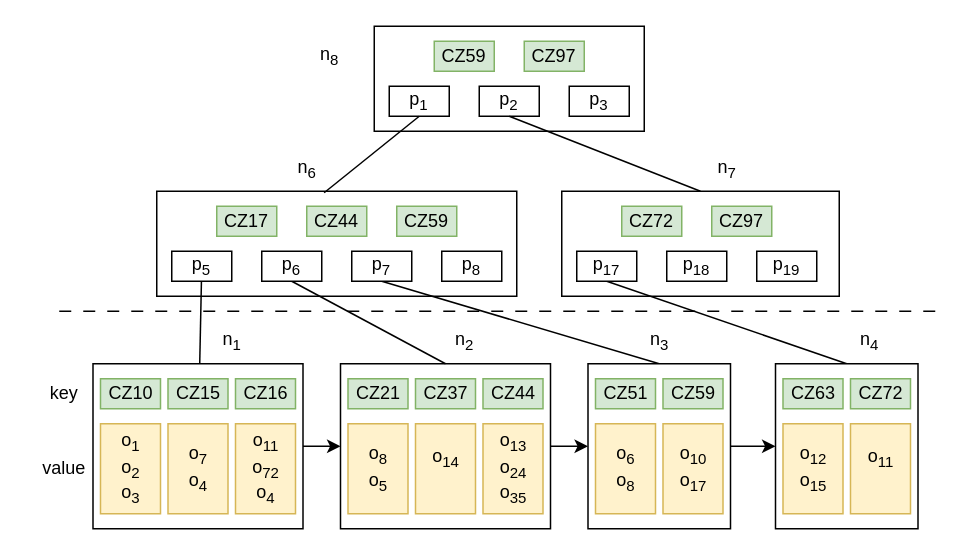
Above: page "3.6" (8 of 24) of 未命名绘图.drawio in jue73/7339 (draw.io), before the change. Source tidied: cells renumbered, new cells numbered last; positions are measured from the earlier drawing's top-left corner, leaving out a move shared by most shapes. Both pictures are drawn from the tidied source at 150%, with x=0, y=0 at pixel (26, 26).
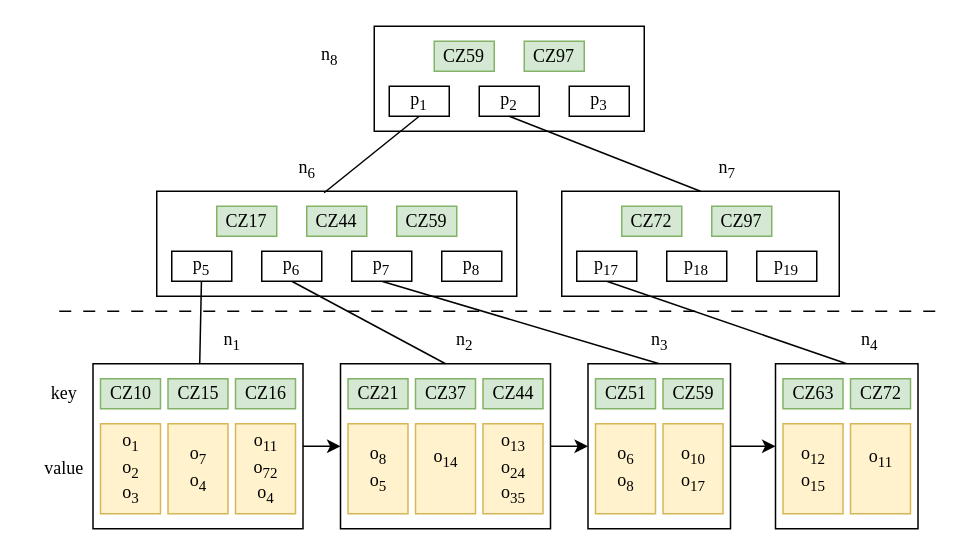
After the change.

The edit, as a diff of the source:
```diff
@@
-    <mxCell id="7" value="CZ59" style="rounded=0;whiteSpace=wrap;html=1;fillColor=#d5e8d4;strokeColor=#82b366;" parent="1" vertex="1">
+    <mxCell id="7" value="&lt;font face=&quot;Times New Roman&quot;&gt;CZ59&lt;/font&gt;" style="rounded=0;whiteSpace=wrap;html=1;fillColor=#d5e8d4;strokeColor=#82b366;" parent="1" vertex="1">
       <mxGeometry x="272" y="10" width="40" height="20" as="geometry" />
     </mxCell>
-    <mxCell id="8" value="CZ97" style="rounded=0;whiteSpace=wrap;html=1;fillColor=#d5e8d4;strokeColor=#82b366;" parent="1" vertex="1">
+    <mxCell id="8" value="&lt;font face=&quot;Times New Roman&quot;&gt;CZ97&lt;/font&gt;" style="rounded=0;whiteSpace=wrap;html=1;fillColor=#d5e8d4;strokeColor=#82b366;" parent="1" vertex="1">
       <mxGeometry x="332" y="10" width="40" height="20" as="geometry" />
     </mxCell>
-    <mxCell id="9" value="p&lt;sub&gt;1&lt;/sub&gt;" style="rounded=0;whiteSpace=wrap;html=1;" parent="1" vertex="1">
+    <mxCell id="9" value="&lt;font face=&quot;Times New Roman&quot;&gt;p&lt;sub&gt;1&lt;/sub&gt;&lt;/font&gt;" style="rounded=0;whiteSpace=wrap;html=1;" parent="1" vertex="1">
       <mxGeometry x="242" y="40" width="40" height="20" as="geometry" />
     </mxCell>
-    <mxCell id="10" value="p&lt;sub&gt;2&lt;/sub&gt;" style="rounded=0;whiteSpace=wrap;html=1;" parent="1" vertex="1">
+    <mxCell id="10" value="&lt;font face=&quot;Times New Roman&quot;&gt;p&lt;sub&gt;2&lt;/sub&gt;&lt;/font&gt;" style="rounded=0;whiteSpace=wrap;html=1;" parent="1" vertex="1">
       <mxGeometry x="302" y="40" width="40" height="20" as="geometry" />
     </mxCell>
-    <mxCell id="11" value="p&lt;sub&gt;3&lt;/sub&gt;" style="rounded=0;whiteSpace=wrap;html=1;" parent="1" vertex="1">
+    <mxCell id="11" value="&lt;font face=&quot;Times New Roman&quot;&gt;p&lt;sub&gt;3&lt;/sub&gt;&lt;/font&gt;" style="rounded=0;whiteSpace=wrap;html=1;" parent="1" vertex="1">
       <mxGeometry x="362" y="40" width="40" height="20" as="geometry" />
     </mxCell>
-    <mxCell id="12" value="CZ17" style="rounded=0;whiteSpace=wrap;html=1;fillColor=#d5e8d4;strokeColor=#82b366;" parent="1" vertex="1">
+    <mxCell id="12" value="&lt;font face=&quot;Times New Roman&quot;&gt;CZ17&lt;/font&gt;" style="rounded=0;whiteSpace=wrap;html=1;fillColor=#d5e8d4;strokeColor=#82b366;" parent="1" vertex="1">
       <mxGeometry x="127" y="120" width="40" height="20" as="geometry" />
     </mxCell>
-    <mxCell id="13" value="CZ44" style="rounded=0;whiteSpace=wrap;html=1;fillColor=#d5e8d4;strokeColor=#82b366;" parent="1" vertex="1">
+    <mxCell id="13" value="&lt;font face=&quot;Times New Roman&quot;&gt;CZ44&lt;/font&gt;" style="rounded=0;whiteSpace=wrap;html=1;fillColor=#d5e8d4;strokeColor=#82b366;" parent="1" vertex="1">
       <mxGeometry x="187" y="120" width="40" height="20" as="geometry" />
     </mxCell>
-    <mxCell id="14" value="CZ59" style="rounded=0;whiteSpace=wrap;html=1;fillColor=#d5e8d4;strokeColor=#82b366;" parent="1" vertex="1">
+    <mxCell id="14" value="&lt;font face=&quot;Times New Roman&quot;&gt;CZ59&lt;/font&gt;" style="rounded=0;whiteSpace=wrap;html=1;fillColor=#d5e8d4;strokeColor=#82b366;" parent="1" vertex="1">
       <mxGeometry x="247" y="120" width="40" height="20" as="geometry" />
     </mxCell>
@@
-    <mxCell id="16" value="p&lt;sub&gt;5&lt;/sub&gt;" style="rounded=0;whiteSpace=wrap;html=1;" parent="1" vertex="1">
+    <mxCell id="16" value="&lt;font face=&quot;Times New Roman&quot;&gt;p&lt;sub&gt;5&lt;/sub&gt;&lt;/font&gt;" style="rounded=0;whiteSpace=wrap;html=1;" parent="1" vertex="1">
       <mxGeometry x="97" y="150" width="40" height="20" as="geometry" />
     </mxCell>
@@
-    <mxCell id="18" value="p&lt;sub&gt;6&lt;/sub&gt;" style="rounded=0;whiteSpace=wrap;html=1;" parent="1" vertex="1">
+    <mxCell id="18" value="&lt;font face=&quot;Times New Roman&quot;&gt;p&lt;sub&gt;6&lt;/sub&gt;&lt;/font&gt;" style="rounded=0;whiteSpace=wrap;html=1;" parent="1" vertex="1">
       <mxGeometry x="157" y="150" width="40" height="20" as="geometry" />
     </mxCell>
@@
-    <mxCell id="20" value="p&lt;sub&gt;7&lt;/sub&gt;" style="rounded=0;whiteSpace=wrap;html=1;" parent="1" vertex="1">
+    <mxCell id="20" value="&lt;font face=&quot;Times New Roman&quot;&gt;p&lt;sub&gt;7&lt;/sub&gt;&lt;/font&gt;" style="rounded=0;whiteSpace=wrap;html=1;" parent="1" vertex="1">
       <mxGeometry x="217" y="150" width="40" height="20" as="geometry" />
     </mxCell>
-    <mxCell id="21" value="p&lt;sub&gt;8&lt;/sub&gt;" style="rounded=0;whiteSpace=wrap;html=1;" parent="1" vertex="1">
+    <mxCell id="21" value="&lt;font face=&quot;Times New Roman&quot;&gt;p&lt;sub&gt;8&lt;/sub&gt;&lt;/font&gt;" style="rounded=0;whiteSpace=wrap;html=1;" parent="1" vertex="1">
       <mxGeometry x="277" y="150" width="40" height="20" as="geometry" />
     </mxCell>
-    <mxCell id="22" value="CZ72" style="rounded=0;whiteSpace=wrap;html=1;fillColor=#d5e8d4;strokeColor=#82b366;" parent="1" vertex="1">
+    <mxCell id="22" value="&lt;font face=&quot;Times New Roman&quot;&gt;CZ72&lt;/font&gt;" style="rounded=0;whiteSpace=wrap;html=1;fillColor=#d5e8d4;strokeColor=#82b366;" parent="1" vertex="1">
       <mxGeometry x="397" y="120" width="40" height="20" as="geometry" />
     </mxCell>
-    <mxCell id="23" value="CZ97" style="rounded=0;whiteSpace=wrap;html=1;fillColor=#d5e8d4;strokeColor=#82b366;" parent="1" vertex="1">
+    <mxCell id="23" value="&lt;font face=&quot;Times New Roman&quot;&gt;CZ97&lt;/font&gt;" style="rounded=0;whiteSpace=wrap;html=1;fillColor=#d5e8d4;strokeColor=#82b366;" parent="1" vertex="1">
       <mxGeometry x="457" y="120" width="40" height="20" as="geometry" />
     </mxCell>
@@
-    <mxCell id="25" value="p&lt;sub&gt;17&lt;/sub&gt;" style="rounded=0;whiteSpace=wrap;html=1;" parent="1" vertex="1">
+    <mxCell id="25" value="&lt;font face=&quot;Times New Roman&quot;&gt;p&lt;sub&gt;17&lt;/sub&gt;&lt;/font&gt;" style="rounded=0;whiteSpace=wrap;html=1;" parent="1" vertex="1">
       <mxGeometry x="367" y="150" width="40" height="20" as="geometry" />
     </mxCell>
-    <mxCell id="26" value="p&lt;sub&gt;18&lt;/sub&gt;" style="rounded=0;whiteSpace=wrap;html=1;" parent="1" vertex="1">
+    <mxCell id="26" value="&lt;font face=&quot;Times New Roman&quot;&gt;p&lt;sub&gt;18&lt;/sub&gt;&lt;/font&gt;" style="rounded=0;whiteSpace=wrap;html=1;" parent="1" vertex="1">
       <mxGeometry x="427" y="150" width="40" height="20" as="geometry" />
     </mxCell>
-    <mxCell id="27" value="p&lt;sub&gt;19&lt;/sub&gt;" style="rounded=0;whiteSpace=wrap;html=1;" parent="1" vertex="1">
+    <mxCell id="27" value="&lt;font face=&quot;Times New Roman&quot;&gt;p&lt;sub&gt;19&lt;/sub&gt;&lt;/font&gt;" style="rounded=0;whiteSpace=wrap;html=1;" parent="1" vertex="1">
       <mxGeometry x="487" y="150" width="40" height="20" as="geometry" />
     </mxCell>
@@
-    <mxCell id="30" value="CZ10" style="rounded=0;whiteSpace=wrap;html=1;fillColor=#d5e8d4;strokeColor=#82b366;" parent="1" vertex="1">
+    <mxCell id="30" value="&lt;font face=&quot;Times New Roman&quot;&gt;CZ10&lt;/font&gt;" style="rounded=0;whiteSpace=wrap;html=1;fillColor=#d5e8d4;strokeColor=#82b366;" parent="1" vertex="1">
       <mxGeometry x="49.5" y="235" width="40" height="20" as="geometry" />
     </mxCell>
-    <mxCell id="31" value="o&lt;sub&gt;1&lt;/sub&gt;&lt;div&gt;o&lt;sub&gt;2&lt;/sub&gt;&lt;/div&gt;&lt;div&gt;o&lt;sub&gt;3&lt;/sub&gt;&lt;/div&gt;" style="rounded=0;whiteSpace=wrap;html=1;fillColor=#fff2cc;strokeColor=#d6b656;" parent="1" vertex="1">
+    <mxCell id="31" value="&lt;font face=&quot;Times New Roman&quot;&gt;o&lt;sub&gt;1&lt;/sub&gt;&lt;/font&gt;&lt;div&gt;&lt;font face=&quot;Times New Roman&quot;&gt;o&lt;sub style=&quot;&quot;&gt;2&lt;/sub&gt;&lt;/font&gt;&lt;/div&gt;&lt;div&gt;&lt;font face=&quot;Times New Roman&quot;&gt;o&lt;sub style=&quot;&quot;&gt;3&lt;/sub&gt;&lt;/font&gt;&lt;/div&gt;" style="rounded=0;whiteSpace=wrap;html=1;fillColor=#fff2cc;strokeColor=#d6b656;" parent="1" vertex="1">
       <mxGeometry x="49.5" y="265" width="40" height="60" as="geometry" />
     </mxCell>
-    <mxCell id="32" value="CZ15" style="rounded=0;whiteSpace=wrap;html=1;fillColor=#d5e8d4;strokeColor=#82b366;" parent="1" vertex="1">
+    <mxCell id="32" value="&lt;font face=&quot;Times New Roman&quot;&gt;CZ15&lt;/font&gt;" style="rounded=0;whiteSpace=wrap;html=1;fillColor=#d5e8d4;strokeColor=#82b366;" parent="1" vertex="1">
       <mxGeometry x="94.5" y="235" width="40" height="20" as="geometry" />
     </mxCell>
-    <mxCell id="33" value="o&lt;sub&gt;7&lt;/sub&gt;&lt;div&gt;o&lt;sub&gt;4&lt;/sub&gt;&lt;/div&gt;" style="rounded=0;whiteSpace=wrap;html=1;fillColor=#fff2cc;strokeColor=#d6b656;" parent="1" vertex="1">
+    <mxCell id="33" value="&lt;font face=&quot;Times New Roman&quot;&gt;o&lt;sub&gt;7&lt;/sub&gt;&lt;/font&gt;&lt;div&gt;&lt;font face=&quot;Times New Roman&quot;&gt;o&lt;sub style=&quot;&quot;&gt;4&lt;/sub&gt;&lt;/font&gt;&lt;/div&gt;" style="rounded=0;whiteSpace=wrap;html=1;fillColor=#fff2cc;strokeColor=#d6b656;" parent="1" vertex="1">
       <mxGeometry x="94.5" y="265" width="40" height="60" as="geometry" />
     </mxCell>
-    <mxCell id="34" value="CZ16" style="rounded=0;whiteSpace=wrap;html=1;fillColor=#d5e8d4;strokeColor=#82b366;" parent="1" vertex="1">
+    <mxCell id="34" value="&lt;font face=&quot;Times New Roman&quot;&gt;CZ16&lt;/font&gt;" style="rounded=0;whiteSpace=wrap;html=1;fillColor=#d5e8d4;strokeColor=#82b366;" parent="1" vertex="1">
       <mxGeometry x="139.5" y="235" width="40" height="20" as="geometry" />
     </mxCell>
-    <mxCell id="35" value="o&lt;sub&gt;11&lt;/sub&gt;&lt;div&gt;o&lt;sub&gt;72&lt;/sub&gt;&lt;/div&gt;&lt;div&gt;o&lt;sub&gt;4&lt;/sub&gt;&lt;/div&gt;" style="rounded=0;whiteSpace=wrap;html=1;fillColor=#fff2cc;strokeColor=#d6b656;" parent="1" vertex="1">
+    <mxCell id="35" value="&lt;font face=&quot;Times New Roman&quot;&gt;o&lt;sub&gt;11&lt;/sub&gt;&lt;/font&gt;&lt;div&gt;&lt;font face=&quot;Times New Roman&quot;&gt;o&lt;sub&gt;72&lt;/sub&gt;&lt;/font&gt;&lt;/div&gt;&lt;div&gt;&lt;font face=&quot;Times New Roman&quot;&gt;o&lt;sub&gt;4&lt;/sub&gt;&lt;/font&gt;&lt;/div&gt;" style="rounded=0;whiteSpace=wrap;html=1;fillColor=#fff2cc;strokeColor=#d6b656;" parent="1" vertex="1">
       <mxGeometry x="139.5" y="265" width="40" height="60" as="geometry" />
     </mxCell>
-    <mxCell id="36" value="CZ21" style="rounded=0;whiteSpace=wrap;html=1;fillColor=#d5e8d4;strokeColor=#82b366;" parent="1" vertex="1">
+    <mxCell id="36" value="&lt;font face=&quot;Times New Roman&quot;&gt;CZ21&lt;/font&gt;" style="rounded=0;whiteSpace=wrap;html=1;fillColor=#d5e8d4;strokeColor=#82b366;" parent="1" vertex="1">
       <mxGeometry x="214.5" y="235" width="40" height="20" as="geometry" />
     </mxCell>
-    <mxCell id="37" value="o&lt;sub&gt;14&lt;/sub&gt;&lt;div&gt;&lt;br&gt;&lt;/div&gt;" style="rounded=0;whiteSpace=wrap;html=1;fillColor=#fff2cc;strokeColor=#d6b656;" parent="1" vertex="1">
+    <mxCell id="37" value="&lt;font face=&quot;Times New Roman&quot;&gt;o&lt;sub&gt;14&lt;/sub&gt;&lt;/font&gt;&lt;div&gt;&lt;br&gt;&lt;/div&gt;" style="rounded=0;whiteSpace=wrap;html=1;fillColor=#fff2cc;strokeColor=#d6b656;" parent="1" vertex="1">
       <mxGeometry x="259.5" y="265" width="40" height="60" as="geometry" />
     </mxCell>
-    <mxCell id="38" value="CZ37" style="rounded=0;whiteSpace=wrap;html=1;fillColor=#d5e8d4;strokeColor=#82b366;" parent="1" vertex="1">
+    <mxCell id="38" value="&lt;font face=&quot;Times New Roman&quot;&gt;CZ37&lt;/font&gt;" style="rounded=0;whiteSpace=wrap;html=1;fillColor=#d5e8d4;strokeColor=#82b366;" parent="1" vertex="1">
       <mxGeometry x="259.5" y="235" width="40" height="20" as="geometry" />
     </mxCell>
-    <mxCell id="39" value="o&lt;sub&gt;8&lt;/sub&gt;&lt;div&gt;o&lt;sub&gt;5&lt;/sub&gt;&lt;/div&gt;" style="rounded=0;whiteSpace=wrap;html=1;fillColor=#fff2cc;strokeColor=#d6b656;" parent="1" vertex="1">
+    <mxCell id="39" value="&lt;font face=&quot;Times New Roman&quot;&gt;o&lt;sub&gt;8&lt;/sub&gt;&lt;/font&gt;&lt;div&gt;&lt;font face=&quot;Times New Roman&quot;&gt;o&lt;sub&gt;5&lt;/sub&gt;&lt;/font&gt;&lt;/div&gt;" style="rounded=0;whiteSpace=wrap;html=1;fillColor=#fff2cc;strokeColor=#d6b656;" parent="1" vertex="1">
       <mxGeometry x="214.5" y="265" width="40" height="60" as="geometry" />
     </mxCell>
-    <mxCell id="40" value="CZ44" style="rounded=0;whiteSpace=wrap;html=1;fillColor=#d5e8d4;strokeColor=#82b366;" parent="1" vertex="1">
+    <mxCell id="40" value="&lt;font face=&quot;Times New Roman&quot;&gt;CZ44&lt;/font&gt;" style="rounded=0;whiteSpace=wrap;html=1;fillColor=#d5e8d4;strokeColor=#82b366;" parent="1" vertex="1">
       <mxGeometry x="304.5" y="235" width="40" height="20" as="geometry" />
     </mxCell>
-    <mxCell id="41" value="o&lt;sub&gt;13&lt;/sub&gt;&lt;div&gt;o&lt;sub&gt;24&lt;/sub&gt;&lt;/div&gt;&lt;div&gt;o&lt;sub&gt;35&lt;/sub&gt;&lt;/div&gt;" style="rounded=0;whiteSpace=wrap;html=1;fillColor=#fff2cc;strokeColor=#d6b656;" parent="1" vertex="1">
+    <mxCell id="41" value="&lt;font face=&quot;Times New Roman&quot;&gt;o&lt;sub&gt;13&lt;/sub&gt;&lt;/font&gt;&lt;div&gt;&lt;font face=&quot;Times New Roman&quot;&gt;o&lt;sub style=&quot;&quot;&gt;24&lt;/sub&gt;&lt;/font&gt;&lt;/div&gt;&lt;div&gt;&lt;font face=&quot;Times New Roman&quot;&gt;o&lt;sub style=&quot;&quot;&gt;35&lt;/sub&gt;&lt;/font&gt;&lt;/div&gt;" style="rounded=0;whiteSpace=wrap;html=1;fillColor=#fff2cc;strokeColor=#d6b656;" parent="1" vertex="1">
       <mxGeometry x="304.5" y="265" width="40" height="60" as="geometry" />
     </mxCell>
@@
-    <mxCell id="44" value="key" style="text;html=1;align=center;verticalAlign=middle;" parent="1" vertex="1">
+    <mxCell id="44" value="&lt;font face=&quot;Times New Roman&quot;&gt;key&lt;/font&gt;" style="text;html=1;align=center;verticalAlign=middle;" parent="1" vertex="1">
       <mxGeometry x="4.5" y="230" width="40" height="30" as="geometry" />
     </mxCell>
-    <mxCell id="45" value="value" style="text;html=1;align=center;verticalAlign=middle;" parent="1" vertex="1">
+    <mxCell id="45" value="&lt;font face=&quot;Times New Roman&quot;&gt;value&lt;/font&gt;" style="text;html=1;align=center;verticalAlign=middle;" parent="1" vertex="1">
       <mxGeometry x="-0.5" y="280" width="50" height="30" as="geometry" />
     </mxCell>
@@
-    <mxCell id="48" value="CZ51" style="rounded=0;whiteSpace=wrap;html=1;fillColor=#d5e8d4;strokeColor=#82b366;" parent="1" vertex="1">
+    <mxCell id="48" value="&lt;font face=&quot;Times New Roman&quot;&gt;CZ51&lt;/font&gt;" style="rounded=0;whiteSpace=wrap;html=1;fillColor=#d5e8d4;strokeColor=#82b366;" parent="1" vertex="1">
       <mxGeometry x="379.5" y="235" width="40" height="20" as="geometry" />
     </mxCell>
-    <mxCell id="49" value="o&lt;sub&gt;10&lt;/sub&gt;&lt;div&gt;o&lt;sub&gt;17&lt;/sub&gt;&lt;/div&gt;" style="rounded=0;whiteSpace=wrap;html=1;fillColor=#fff2cc;strokeColor=#d6b656;" parent="1" vertex="1">
+    <mxCell id="49" value="&lt;font face=&quot;Times New Roman&quot;&gt;o&lt;sub&gt;10&lt;/sub&gt;&lt;/font&gt;&lt;div&gt;&lt;font face=&quot;Times New Roman&quot;&gt;o&lt;sub&gt;17&lt;/sub&gt;&lt;/font&gt;&lt;/div&gt;" style="rounded=0;whiteSpace=wrap;html=1;fillColor=#fff2cc;strokeColor=#d6b656;" parent="1" vertex="1">
       <mxGeometry x="424.5" y="265" width="40" height="60" as="geometry" />
     </mxCell>
-    <mxCell id="50" value="CZ59" style="rounded=0;whiteSpace=wrap;html=1;fillColor=#d5e8d4;strokeColor=#82b366;" parent="1" vertex="1">
+    <mxCell id="50" value="&lt;font face=&quot;Times New Roman&quot;&gt;CZ59&lt;/font&gt;" style="rounded=0;whiteSpace=wrap;html=1;fillColor=#d5e8d4;strokeColor=#82b366;" parent="1" vertex="1">
       <mxGeometry x="424.5" y="235" width="40" height="20" as="geometry" />
     </mxCell>
-    <mxCell id="51" value="o&lt;sub&gt;6&lt;/sub&gt;&lt;div&gt;o&lt;sub&gt;8&lt;/sub&gt;&lt;/div&gt;" style="rounded=0;whiteSpace=wrap;html=1;fillColor=#fff2cc;strokeColor=#d6b656;" parent="1" vertex="1">
+    <mxCell id="51" value="&lt;font face=&quot;Times New Roman&quot;&gt;o&lt;sub&gt;6&lt;/sub&gt;&lt;/font&gt;&lt;div&gt;&lt;font face=&quot;Times New Roman&quot;&gt;o&lt;sub&gt;8&lt;/sub&gt;&lt;/font&gt;&lt;/div&gt;" style="rounded=0;whiteSpace=wrap;html=1;fillColor=#fff2cc;strokeColor=#d6b656;" parent="1" vertex="1">
       <mxGeometry x="379.5" y="265" width="40" height="60" as="geometry" />
     </mxCell>
@@
-    <mxCell id="53" value="CZ63" style="rounded=0;whiteSpace=wrap;html=1;fillColor=#d5e8d4;strokeColor=#82b366;" parent="1" vertex="1">
+    <mxCell id="53" value="&lt;font face=&quot;Times New Roman&quot;&gt;CZ63&lt;/font&gt;" style="rounded=0;whiteSpace=wrap;html=1;fillColor=#d5e8d4;strokeColor=#82b366;" parent="1" vertex="1">
       <mxGeometry x="504.5" y="235" width="40" height="20" as="geometry" />
     </mxCell>
-    <mxCell id="54" value="o&lt;sub&gt;11&lt;/sub&gt;&lt;div&gt;&lt;br&gt;&lt;/div&gt;" style="rounded=0;whiteSpace=wrap;html=1;fillColor=#fff2cc;strokeColor=#d6b656;" parent="1" vertex="1">
+    <mxCell id="54" value="&lt;font face=&quot;Times New Roman&quot;&gt;o&lt;sub&gt;11&lt;/sub&gt;&lt;/font&gt;&lt;div&gt;&lt;br&gt;&lt;/div&gt;" style="rounded=0;whiteSpace=wrap;html=1;fillColor=#fff2cc;strokeColor=#d6b656;" parent="1" vertex="1">
       <mxGeometry x="549.5" y="265" width="40" height="60" as="geometry" />
     </mxCell>
-    <mxCell id="55" value="CZ72" style="rounded=0;whiteSpace=wrap;html=1;fillColor=#d5e8d4;strokeColor=#82b366;" parent="1" vertex="1">
+    <mxCell id="55" value="&lt;font face=&quot;Times New Roman&quot;&gt;CZ72&lt;/font&gt;" style="rounded=0;whiteSpace=wrap;html=1;fillColor=#d5e8d4;strokeColor=#82b366;" parent="1" vertex="1">
       <mxGeometry x="549.5" y="235" width="40" height="20" as="geometry" />
     </mxCell>
-    <mxCell id="56" value="o&lt;sub&gt;12&lt;/sub&gt;&lt;div&gt;o&lt;sub&gt;15&lt;/sub&gt;&lt;/div&gt;" style="rounded=0;whiteSpace=wrap;html=1;fillColor=#fff2cc;strokeColor=#d6b656;" parent="1" vertex="1">
+    <mxCell id="56" value="&lt;font face=&quot;Times New Roman&quot;&gt;o&lt;sub&gt;12&lt;/sub&gt;&lt;/font&gt;&lt;div&gt;&lt;font face=&quot;Times New Roman&quot;&gt;o&lt;sub style=&quot;&quot;&gt;15&lt;/sub&gt;&lt;/font&gt;&lt;/div&gt;" style="rounded=0;whiteSpace=wrap;html=1;fillColor=#fff2cc;strokeColor=#d6b656;" parent="1" vertex="1">
       <mxGeometry x="504.5" y="265" width="40" height="60" as="geometry" />
     </mxCell>
-    <mxCell id="57" value="n&lt;sub&gt;3&lt;/sub&gt;" style="text;html=1;align=center;verticalAlign=middle;strokeColor=none;fillColor=none;" parent="1" vertex="1">
-      <mxGeometry x="402" y="195" width="40" height="30" as="geometry" />
+    <mxCell id="57" value="&lt;font face=&quot;Times New Roman&quot;&gt;n&lt;sub&gt;3&lt;/sub&gt;&lt;/font&gt;" style="text;html=1;align=center;verticalAlign=middle;strokeColor=none;fillColor=none;" parent="1" vertex="1">
+      <mxGeometry x="407" y="195" width="30" height="30" as="geometry" />
     </mxCell>
-    <mxCell id="58" value="n&lt;sub&gt;2&lt;/sub&gt;" style="text;html=1;align=center;verticalAlign=middle;strokeColor=none;fillColor=none;" parent="1" vertex="1">
-      <mxGeometry x="272" y="195" width="40" height="30" as="geometry" />
+    <mxCell id="58" value="&lt;font face=&quot;Times New Roman&quot;&gt;n&lt;sub&gt;2&lt;/sub&gt;&lt;/font&gt;" style="text;html=1;align=center;verticalAlign=middle;strokeColor=none;fillColor=none;" parent="1" vertex="1">
+      <mxGeometry x="277" y="195" width="30" height="30" as="geometry" />
     </mxCell>
-    <mxCell id="59" value="n&lt;sub&gt;1&lt;/sub&gt;" style="text;html=1;align=center;verticalAlign=middle;strokeColor=none;fillColor=none;" parent="1" vertex="1">
-      <mxGeometry x="117" y="195" width="40" height="30" as="geometry" />
+    <mxCell id="59" value="&lt;font face=&quot;Times New Roman&quot;&gt;n&lt;sub&gt;1&lt;/sub&gt;&lt;/font&gt;" style="text;html=1;align=center;verticalAlign=middle;strokeColor=none;fillColor=none;" parent="1" vertex="1">
+      <mxGeometry x="122" y="195" width="30" height="30" as="geometry" />
     </mxCell>
-    <mxCell id="60" value="n&lt;sub&gt;7&lt;/sub&gt;" style="text;html=1;align=center;verticalAlign=middle;strokeColor=none;fillColor=none;" parent="1" vertex="1">
-      <mxGeometry x="447" y="80" width="40" height="30" as="geometry" />
+    <mxCell id="60" value="&lt;font face=&quot;Times New Roman&quot;&gt;n&lt;sub&gt;7&lt;/sub&gt;&lt;/font&gt;" style="text;html=1;align=center;verticalAlign=middle;strokeColor=none;fillColor=none;" parent="1" vertex="1">
+      <mxGeometry x="452" y="80" width="30" height="30" as="geometry" />
     </mxCell>
-    <mxCell id="61" value="n&lt;sub&gt;6&lt;/sub&gt;" style="text;html=1;align=center;verticalAlign=middle;strokeColor=none;fillColor=none;" parent="1" vertex="1">
-      <mxGeometry x="167" y="80" width="40" height="30" as="geometry" />
+    <mxCell id="61" value="&lt;font face=&quot;Times New Roman&quot;&gt;n&lt;sub&gt;6&lt;/sub&gt;&lt;/font&gt;" style="text;html=1;align=center;verticalAlign=middle;strokeColor=none;fillColor=none;" parent="1" vertex="1">
+      <mxGeometry x="172" y="80" width="30" height="30" as="geometry" />
     </mxCell>
-    <mxCell id="62" value="n&lt;sub&gt;8&lt;/sub&gt;" style="text;html=1;align=center;verticalAlign=middle;strokeColor=none;fillColor=none;" parent="1" vertex="1">
-      <mxGeometry x="182" y="5" width="40" height="30" as="geometry" />
+    <mxCell id="62" value="&lt;font face=&quot;Times New Roman&quot;&gt;n&lt;sub&gt;8&lt;/sub&gt;&lt;/font&gt;" style="text;html=1;align=center;verticalAlign=middle;strokeColor=none;fillColor=none;" parent="1" vertex="1">
+      <mxGeometry x="187" y="5" width="30" height="30" as="geometry" />
     </mxCell>
-    <mxCell id="63" value="n&lt;sub&gt;4&lt;/sub&gt;" style="text;html=1;align=center;verticalAlign=middle;strokeColor=none;fillColor=none;" parent="1" vertex="1">
-      <mxGeometry x="542" y="195" width="40" height="30" as="geometry" />
+    <mxCell id="63" value="&lt;font face=&quot;Times New Roman&quot;&gt;n&lt;sub&gt;4&lt;/sub&gt;&lt;/font&gt;" style="text;html=1;align=center;verticalAlign=middle;strokeColor=none;fillColor=none;" parent="1" vertex="1">
+      <mxGeometry x="547" y="195" width="30" height="30" as="geometry" />
     </mxCell>
```
